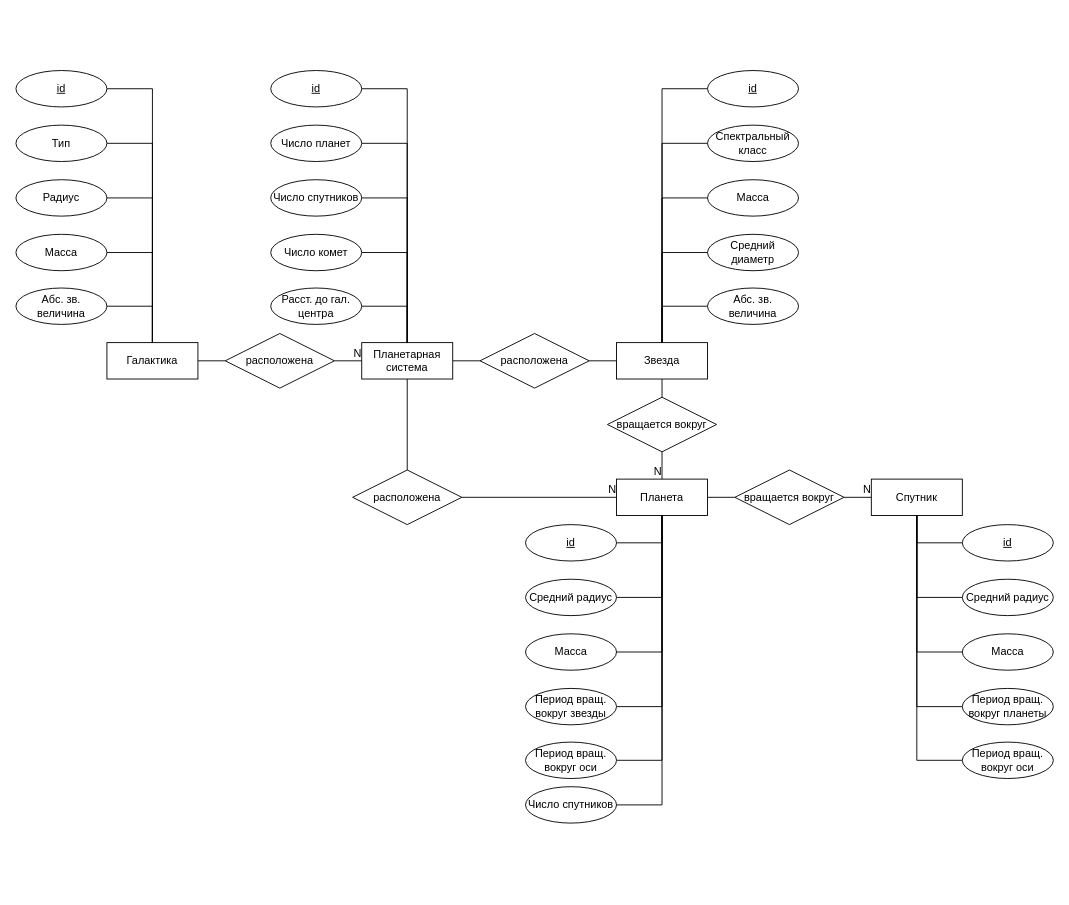
The draw.io diagram lab_01/data/diagram.drawio in agarmirus/bmstu_db_2022, before the edit. Source tidied: cells renumbered, new cells numbered last; positions are measured from the earlier drawing's top-left corner, leaving out a move shared by most shapes. Both pictures are drawn from the tidied source at 91%, with x=0, y=0 at pixel (15, 70).
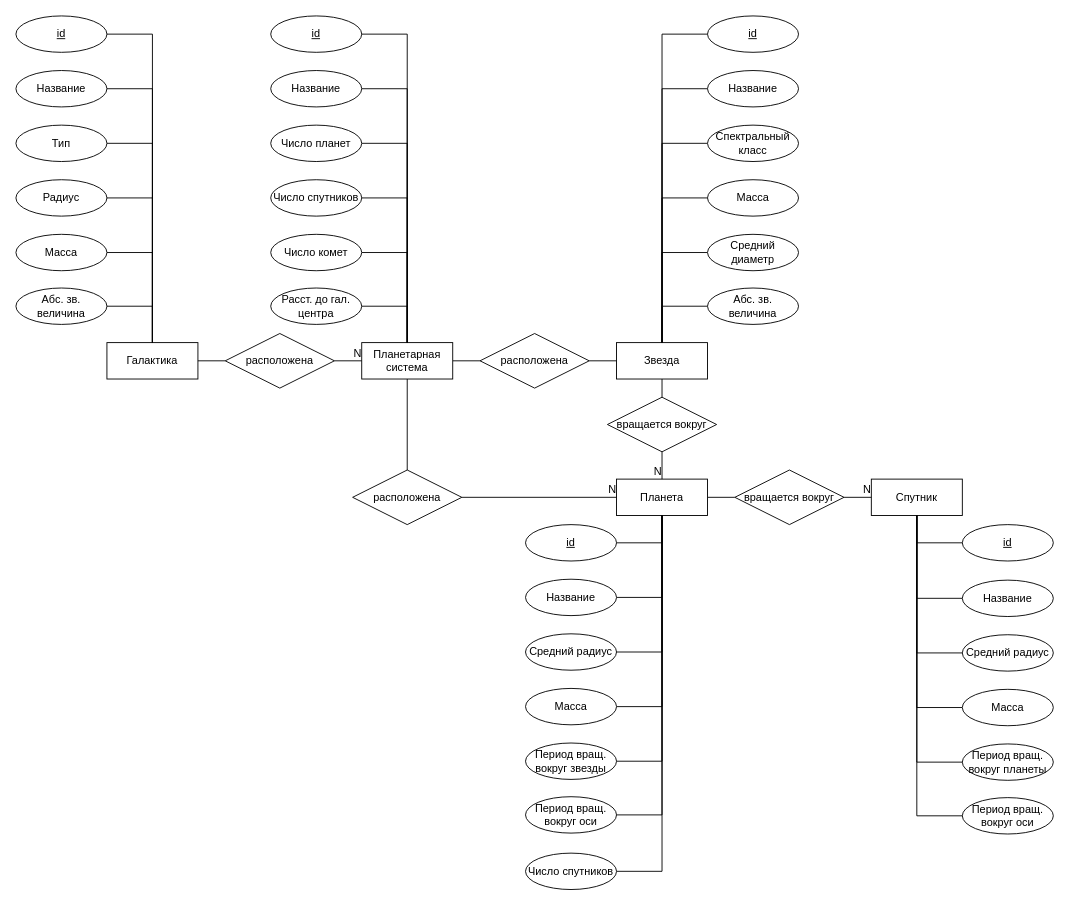
After the change.

The change refers to these unchanged cells:
```xml
<mxCell id="3" value="Галактика" style="whiteSpace=wrap;html=1;align=center;" parent="1" vertex="1">
  <mxGeometry x="100" y="299" width="100" height="40" as="geometry" />
</mxCell>
<mxCell id="6" value="Планетарная система" style="whiteSpace=wrap;html=1;align=center;" parent="1" vertex="1">
  <mxGeometry x="380" y="299" width="100" height="40" as="geometry" />
</mxCell>
<mxCell id="8" value="Звезда" style="whiteSpace=wrap;html=1;align=center;" parent="1" vertex="1">
  <mxGeometry x="660" y="299" width="100" height="40" as="geometry" />
</mxCell>
<mxCell id="14" value="Планета" style="whiteSpace=wrap;html=1;align=center;" parent="1" vertex="1">
  <mxGeometry x="660" y="449" width="100" height="40" as="geometry" />
</mxCell>
<mxCell id="16" value="Спутник" style="whiteSpace=wrap;html=1;align=center;" parent="1" vertex="1">
  <mxGeometry x="940" y="449" width="100" height="40" as="geometry" />
</mxCell>
```

The edit, as a diff of the source:
```diff
@@
-    <mxCell id="13" style="edgeStyle=orthogonalEdgeStyle;rounded=0;jettySize=auto;html=1;exitX=0.5;exitY=1;exitDx=0;exitDy=0;entryX=1;entryY=0.5;entryDx=0;entryDy=0;endArrow=none;endFill=0;" parent="1" edge="1" source="14" target="58">
-      <mxGeometry relative="1" as="geometry" />
-    </mxCell>
@@
-    <mxCell id="15" style="edgeStyle=orthogonalEdgeStyle;rounded=0;jettySize=auto;html=1;exitX=0.5;exitY=1;exitDx=0;exitDy=0;entryX=0;entryY=0.5;entryDx=0;entryDy=0;endArrow=none;endFill=0;" parent="1" edge="1" source="16" target="67">
-      <mxGeometry relative="1" as="geometry" />
-    </mxCell>
@@
     <mxCell id="27" value="id" style="ellipse;whiteSpace=wrap;html=1;align=center;fontStyle=4;" parent="1" vertex="1">
-      <mxGeometry width="100" height="40" as="geometry" />
+      <mxGeometry y="-60" width="100" height="40" as="geometry" />
     </mxCell>
@@
     <mxCell id="36" value="id" style="ellipse;whiteSpace=wrap;html=1;align=center;fontStyle=4;" parent="1" vertex="1">
-      <mxGeometry x="280" width="100" height="40" as="geometry" />
+      <mxGeometry x="280" y="-60" width="100" height="40" as="geometry" />
     </mxCell>
@@
     <mxCell id="49" value="id" style="ellipse;whiteSpace=wrap;html=1;align=center;fontStyle=4;" parent="1" vertex="1">
-      <mxGeometry x="760" width="100" height="40" as="geometry" />
+      <mxGeometry x="760" y="-60" width="100" height="40" as="geometry" />
     </mxCell>
@@
-    <mxCell id="58" value="id" style="ellipse;whiteSpace=wrap;html=1;align=center;fontStyle=4;" parent="1" vertex="1">
-      <mxGeometry x="560" y="499" width="100" height="40" as="geometry" />
-    </mxCell>
@@
     <mxCell id="60" value="Средний радиус" style="ellipse;whiteSpace=wrap;html=1;align=center;" parent="1" vertex="1">
-      <mxGeometry x="560" y="559" width="100" height="40" as="geometry" />
+      <mxGeometry x="560" y="619" width="100" height="40" as="geometry" />
     </mxCell>
@@
     <mxCell id="62" value="Масса" style="ellipse;whiteSpace=wrap;html=1;align=center;" parent="1" vertex="1">
-      <mxGeometry x="560" y="619" width="100" height="40" as="geometry" />
+      <mxGeometry x="560" y="679" width="100" height="40" as="geometry" />
     </mxCell>
@@
     <mxCell id="64" value="Период вращ. вокруг звезды" style="ellipse;whiteSpace=wrap;html=1;align=center;" parent="1" vertex="1">
-      <mxGeometry x="560" y="679" width="100" height="40" as="geometry" />
+      <mxGeometry x="560" y="739" width="100" height="40" as="geometry" />
     </mxCell>
@@
     <mxCell id="66" value="Число спутников" style="ellipse;whiteSpace=wrap;html=1;align=center;" parent="1" vertex="1">
-      <mxGeometry x="560" y="787" width="100" height="40" as="geometry" />
+      <mxGeometry x="560" y="860" width="100" height="40" as="geometry" />
     </mxCell>
-    <mxCell id="67" value="id" style="ellipse;whiteSpace=wrap;html=1;align=center;fontStyle=4;" parent="1" vertex="1">
-      <mxGeometry x="1040" y="499" width="100" height="40" as="geometry" />
-    </mxCell>
@@
     <mxCell id="69" value="Средний радиус" style="ellipse;whiteSpace=wrap;html=1;align=center;" parent="1" vertex="1">
-      <mxGeometry x="1040" y="559" width="100" height="40" as="geometry" />
+      <mxGeometry x="1040" y="620" width="100" height="40" as="geometry" />
     </mxCell>
@@
     <mxCell id="71" value="Масса" style="ellipse;whiteSpace=wrap;html=1;align=center;" parent="1" vertex="1">
-      <mxGeometry x="1040" y="619" width="100" height="40" as="geometry" />
+      <mxGeometry x="1040" y="680" width="100" height="40" as="geometry" />
     </mxCell>
@@
     <mxCell id="73" value="Период вращ. вокруг планеты" style="ellipse;whiteSpace=wrap;html=1;align=center;" parent="1" vertex="1">
-      <mxGeometry x="1040" y="679" width="100" height="40" as="geometry" />
+      <mxGeometry x="1040" y="740" width="100" height="40" as="geometry" />
     </mxCell>
@@
     <mxCell id="75" value="Период вращ. вокруг оси" style="ellipse;whiteSpace=wrap;html=1;align=center;" parent="1" vertex="1">
-      <mxGeometry x="1040" y="738" width="100" height="40" as="geometry" />
+      <mxGeometry x="1040" y="799" width="100" height="40" as="geometry" />
     </mxCell>
@@
     <mxCell id="77" value="Период вращ. вокруг оси" style="ellipse;whiteSpace=wrap;html=1;align=center;" parent="1" vertex="1">
-      <mxGeometry x="560" y="738" width="100" height="40" as="geometry" />
+      <mxGeometry x="560" y="798" width="100" height="40" as="geometry" />
     </mxCell>
+    <mxCell id="78" style="edgeStyle=orthogonalEdgeStyle;rounded=0;jettySize=auto;html=1;exitX=1;exitY=0.5;exitDx=0;exitDy=0;entryX=0.5;entryY=0;entryDx=0;entryDy=0;endArrow=none;endFill=0;" parent="1" edge="1" source="79" target="3">
+      <mxGeometry relative="1" as="geometry" />
+    </mxCell>
+    <mxCell id="79" value="Название" style="ellipse;whiteSpace=wrap;html=1;align=center;" parent="1" vertex="1">
+      <mxGeometry width="100" height="40" as="geometry" />
+    </mxCell>
+    <mxCell id="80" style="edgeStyle=orthogonalEdgeStyle;rounded=0;jettySize=auto;html=1;exitX=1;exitY=0.5;exitDx=0;exitDy=0;entryX=0.5;entryY=0;entryDx=0;entryDy=0;endArrow=none;endFill=0;" parent="1" edge="1" source="81" target="6">
+      <mxGeometry relative="1" as="geometry" />
+    </mxCell>
+    <mxCell id="81" value="Название" style="ellipse;whiteSpace=wrap;html=1;align=center;" parent="1" vertex="1">
+      <mxGeometry x="280" width="100" height="40" as="geometry" />
+    </mxCell>
+    <mxCell id="82" style="edgeStyle=orthogonalEdgeStyle;rounded=0;jettySize=auto;html=1;exitX=1;exitY=0.5;exitDx=0;exitDy=0;endArrow=none;endFill=0;entryX=0.5;entryY=1;entryDx=0;entryDy=0;" parent="1" edge="1" source="83" target="14">
+      <mxGeometry relative="1" as="geometry" />
+    </mxCell>
+    <mxCell id="83" value="Название" style="ellipse;whiteSpace=wrap;html=1;align=center;" parent="1" vertex="1">
+      <mxGeometry x="560" y="559" width="100" height="40" as="geometry" />
+    </mxCell>
+    <mxCell id="84" style="edgeStyle=orthogonalEdgeStyle;rounded=0;jettySize=auto;html=1;exitX=1;exitY=0.5;exitDx=0;exitDy=0;entryX=0.5;entryY=1;entryDx=0;entryDy=0;endArrow=none;endFill=0;" parent="1" edge="1" source="58" target="14">
+      <mxGeometry relative="1" as="geometry" />
+    </mxCell>
+    <mxCell id="58" value="id" style="ellipse;whiteSpace=wrap;html=1;align=center;fontStyle=4;" parent="1" vertex="1">
+      <mxGeometry x="560" y="499" width="100" height="40" as="geometry" />
+    </mxCell>
+    <mxCell id="85" style="edgeStyle=orthogonalEdgeStyle;rounded=0;jettySize=auto;html=1;exitX=0;exitY=0.5;exitDx=0;exitDy=0;entryX=0.5;entryY=0;entryDx=0;entryDy=0;endArrow=none;endFill=0;" parent="1" edge="1" source="86" target="8">
+      <mxGeometry relative="1" as="geometry" />
+    </mxCell>
+    <mxCell id="86" value="Название" style="ellipse;whiteSpace=wrap;html=1;align=center;" parent="1" vertex="1">
+      <mxGeometry x="760" width="100" height="40" as="geometry" />
+    </mxCell>
+    <mxCell id="87" style="edgeStyle=orthogonalEdgeStyle;rounded=0;jettySize=auto;html=1;exitX=0;exitY=0.5;exitDx=0;exitDy=0;endArrow=none;endFill=0;entryX=0.5;entryY=1;entryDx=0;entryDy=0;" parent="1" edge="1" source="88" target="16">
+      <mxGeometry relative="1" as="geometry" />
+    </mxCell>
+    <mxCell id="88" value="Название" style="ellipse;whiteSpace=wrap;html=1;align=center;" parent="1" vertex="1">
+      <mxGeometry x="1040" y="560" width="100" height="40" as="geometry" />
+    </mxCell>
+    <mxCell id="89" style="edgeStyle=orthogonalEdgeStyle;rounded=0;jettySize=auto;html=1;exitX=0;exitY=0.5;exitDx=0;exitDy=0;entryX=0.5;entryY=1;entryDx=0;entryDy=0;endArrow=none;endFill=0;" parent="1" edge="1" source="67" target="16">
+      <mxGeometry relative="1" as="geometry" />
+    </mxCell>
+    <mxCell id="67" value="id" style="ellipse;whiteSpace=wrap;html=1;align=center;fontStyle=4;" parent="1" vertex="1">
+      <mxGeometry x="1040" y="499" width="100" height="40" as="geometry" />
+    </mxCell>
```
